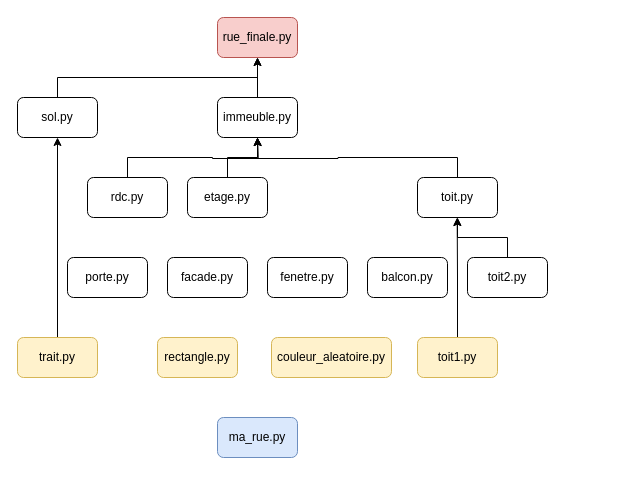
ericECmorlaix/ericECmorlaix.github.io keeps this draw.io diagram as img/dessiner_ma_rue.drawio. Above is the earlier version. Source tidied: cells renumbered, new cells numbered last; positions are measured from the earlier drawing's top-left corner, leaving out a move shared by most shapes. Both pictures are drawn from the tidied source at 100%, with x=0, y=0 at pixel (17, 17).
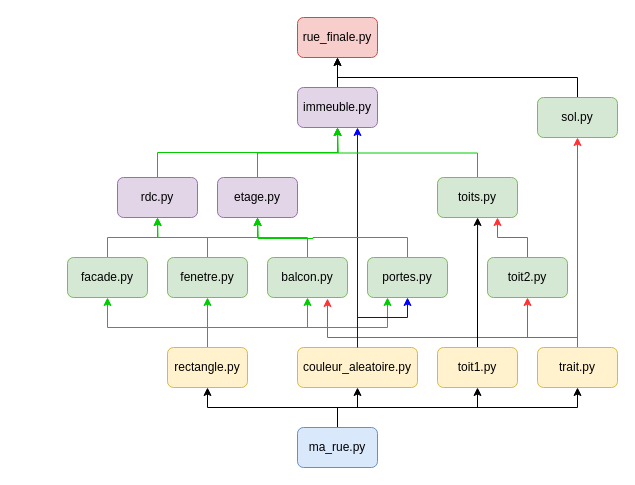
After the change.

The edit, as a diff of the source:
```diff
@@
     <mxCell id="3" value="rue_finale.py" style="rounded=1;whiteSpace=wrap;html=1;fillColor=#f8cecc;strokeColor=#b85450;" parent="1" vertex="1">
-      <mxGeometry x="200" width="80" height="40" as="geometry" />
+      <mxGeometry x="280" width="80" height="40" as="geometry" />
     </mxCell>
-    <mxCell id="4" value="immeuble.py" style="rounded=1;whiteSpace=wrap;html=1;" parent="1" vertex="1">
-      <mxGeometry x="200" y="80" width="80" height="40" as="geometry" />
+    <mxCell id="4" value="immeuble.py" style="rounded=1;whiteSpace=wrap;html=1;fillColor=#e1d5e7;strokeColor=#9673a6;" parent="1" vertex="1">
+      <mxGeometry x="280" y="70" width="80" height="40" as="geometry" />
     </mxCell>
@@
-    <mxCell id="6" value="sol.py" style="rounded=1;whiteSpace=wrap;html=1;" parent="1" vertex="1">
-      <mxGeometry y="80" width="80" height="40" as="geometry" />
+    <mxCell id="6" value="sol.py" style="rounded=1;whiteSpace=wrap;html=1;fillColor=#d5e8d4;strokeColor=#82b366;" parent="1" vertex="1">
+      <mxGeometry x="520" y="80" width="80" height="40" as="geometry" />
     </mxCell>
-    <mxCell id="7" style="edgeStyle=orthogonalEdgeStyle;rounded=0;jettySize=auto;html=1;exitX=0.5;exitY=0;exitDx=0;exitDy=0;startArrow=none;startFill=0;endArrow=classic;endFill=1;" parent="1" edge="1" source="8">
-      <mxGeometry relative="1" as="geometry">
-        <mxPoint x="240" y="120" as="targetPoint" />
-      </mxGeometry>
+    <mxCell id="7" style="edgeStyle=orthogonalEdgeStyle;rounded=0;jettySize=auto;html=1;exitX=0.5;exitY=0;exitDx=0;exitDy=0;startArrow=none;startFill=0;endArrow=classic;endFill=1;entryX=0.5;entryY=1;entryDx=0;entryDy=0;strokeColor=#00CC00;" parent="1" edge="1" source="8" target="4">
+      <mxGeometry relative="1" as="geometry" />
     </mxCell>
-    <mxCell id="8" value="rdc.py" style="rounded=1;whiteSpace=wrap;html=1;" parent="1" vertex="1">
-      <mxGeometry x="70" y="160" width="80" height="40" as="geometry" />
+    <mxCell id="8" value="rdc.py" style="rounded=1;whiteSpace=wrap;html=1;fillColor=#e1d5e7;strokeColor=#9673a6;" parent="1" vertex="1">
+      <mxGeometry x="100" y="160" width="80" height="40" as="geometry" />
     </mxCell>
-    <mxCell id="9" style="edgeStyle=orthogonalEdgeStyle;rounded=0;jettySize=auto;html=1;startArrow=none;startFill=0;endArrow=classic;endFill=1;" parent="1" edge="1" source="10" target="4">
-      <mxGeometry relative="1" as="geometry" />
-    </mxCell>
+    <mxCell id="26" style="edgeStyle=orthogonalEdgeStyle;rounded=0;jettySize=auto;html=1;exitX=0.5;exitY=0;exitDx=0;exitDy=0;startArrow=none;startFill=0;endArrow=classic;endFill=1;strokeColor=#00CC00;" parent="1" edge="1" source="10">
+      <mxGeometry relative="1" as="geometry">
+        <mxPoint x="320" y="110" as="targetPoint" />
+      </mxGeometry>
+    </mxCell>
-    <mxCell id="10" value="etage.py" style="rounded=1;whiteSpace=wrap;html=1;" parent="1" vertex="1">
-      <mxGeometry x="170" y="160" width="80" height="40" as="geometry" />
+    <mxCell id="10" value="etage.py" style="rounded=1;whiteSpace=wrap;html=1;fillColor=#e1d5e7;strokeColor=#9673a6;" parent="1" vertex="1">
+      <mxGeometry x="200" y="160" width="80" height="40" as="geometry" />
     </mxCell>
+    <mxCell id="27" style="edgeStyle=orthogonalEdgeStyle;rounded=0;jettySize=auto;html=1;exitX=0.5;exitY=0;exitDx=0;exitDy=0;entryX=0.75;entryY=1;entryDx=0;entryDy=0;startArrow=none;startFill=0;endArrow=classic;endFill=1;strokeColor=#0000FF;" parent="1" edge="1" source="11" target="4">
+      <mxGeometry relative="1" as="geometry" />
+    </mxCell>
     <mxCell id="11" value="couleur_aleatoire.py" style="rounded=1;whiteSpace=wrap;html=1;fillColor=#fff2cc;strokeColor=#d6b656;" parent="1" vertex="1">
-      <mxGeometry x="254" y="320" width="120" height="40" as="geometry" />
+      <mxGeometry x="280" y="330" width="120" height="40" as="geometry" />
     </mxCell>
-    <mxCell id="12" style="edgeStyle=orthogonalEdgeStyle;rounded=0;jettySize=auto;html=1;exitX=0.5;exitY=0;exitDx=0;exitDy=0;startArrow=none;startFill=0;endArrow=classic;endFill=1;" parent="1" edge="1" source="13">
-      <mxGeometry relative="1" as="geometry">
-        <mxPoint x="240" y="120" as="targetPoint" />
-      </mxGeometry>
-    </mxCell>
+    <mxCell id="28" style="edgeStyle=orthogonalEdgeStyle;rounded=0;jettySize=auto;html=1;exitX=0.5;exitY=0;exitDx=0;exitDy=0;startArrow=none;startFill=0;endArrow=classic;endFill=1;strokeColor=#00CC00;" parent="1" edge="1" source="13">
+      <mxGeometry relative="1" as="geometry">
+        <mxPoint x="320" y="110" as="targetPoint" />
+      </mxGeometry>
+    </mxCell>
-    <mxCell id="13" value="toit.py" style="rounded=1;whiteSpace=wrap;html=1;" parent="1" vertex="1">
-      <mxGeometry x="400" y="160" width="80" height="40" as="geometry" />
+    <mxCell id="13" value="toits.py" style="rounded=1;whiteSpace=wrap;html=1;fillColor=#d5e8d4;strokeColor=#82b366;" parent="1" vertex="1">
+      <mxGeometry x="420" y="160" width="80" height="40" as="geometry" />
     </mxCell>
-    <mxCell id="14" style="edgeStyle=orthogonalEdgeStyle;rounded=0;jettySize=auto;html=1;exitX=0.5;exitY=0;exitDx=0;exitDy=0;entryX=0.5;entryY=1;entryDx=0;entryDy=0;startArrow=none;startFill=0;endArrow=classic;endFill=1;" parent="1" edge="1" source="15" target="6">
+    <mxCell id="14" style="edgeStyle=orthogonalEdgeStyle;rounded=0;jettySize=auto;html=1;exitX=0.5;exitY=0;exitDx=0;exitDy=0;entryX=0.5;entryY=1;entryDx=0;entryDy=0;startArrow=none;startFill=0;endArrow=classic;endFill=1;strokeColor=#FF3333;" parent="1" edge="1" source="15" target="6">
       <mxGeometry relative="1" as="geometry" />
     </mxCell>
+    <mxCell id="29" style="edgeStyle=orthogonalEdgeStyle;rounded=0;jettySize=auto;html=1;exitX=0.5;exitY=0;exitDx=0;exitDy=0;entryX=0.5;entryY=1;entryDx=0;entryDy=0;startArrow=none;startFill=0;endArrow=classic;endFill=1;strokeColor=#FF3333;" parent="1" edge="1" target="19">
+      <mxGeometry relative="1" as="geometry">
+        <mxPoint x="560" y="339" as="sourcePoint" />
+        <Array as="points">
+          <mxPoint x="560" y="320" />
+          <mxPoint x="510" y="320" />
+        </Array>
+      </mxGeometry>
+    </mxCell>
+    <mxCell id="30" style="edgeStyle=orthogonalEdgeStyle;rounded=0;orthogonalLoop=1;jettySize=auto;html=1;exitX=0.5;exitY=0;exitDx=0;exitDy=0;startArrow=none;startFill=0;endArrow=classic;endFill=1;strokeColor=#FF3333;" parent="1" edge="1">
+      <mxGeometry relative="1" as="geometry">
+        <mxPoint x="560" y="340" as="sourcePoint" />
+        <mxPoint x="310" y="281" as="targetPoint" />
+        <Array as="points">
+          <mxPoint x="560" y="320" />
+          <mxPoint x="310" y="320" />
+        </Array>
+      </mxGeometry>
+    </mxCell>
     <mxCell id="15" value="trait.py" style="rounded=1;whiteSpace=wrap;html=1;fillColor=#fff2cc;strokeColor=#d6b656;" parent="1" vertex="1">
-      <mxGeometry y="320" width="80" height="40" as="geometry" />
+      <mxGeometry x="520" y="330" width="80" height="40" as="geometry" />
     </mxCell>
+    <mxCell id="31" style="edgeStyle=orthogonalEdgeStyle;rounded=0;jettySize=auto;html=1;exitX=0.5;exitY=0;exitDx=0;exitDy=0;entryX=0.5;entryY=1;entryDx=0;entryDy=0;startArrow=none;startFill=0;endArrow=classic;endFill=1;strokeColor=#00CC00;" parent="1" edge="1" source="16" target="23">
+      <mxGeometry relative="1" as="geometry">
+        <Array as="points">
+          <mxPoint x="190" y="310" />
+          <mxPoint x="90" y="310" />
+        </Array>
+      </mxGeometry>
+    </mxCell>
+    <mxCell id="32" style="edgeStyle=orthogonalEdgeStyle;rounded=0;jettySize=auto;html=1;exitX=0.5;exitY=0;exitDx=0;exitDy=0;entryX=0.5;entryY=1;entryDx=0;entryDy=0;startArrow=none;startFill=0;endArrow=classic;endFill=1;strokeColor=#00CC00;" parent="1" edge="1" source="16" target="24">
+      <mxGeometry relative="1" as="geometry" />
+    </mxCell>
+    <mxCell id="33" style="edgeStyle=orthogonalEdgeStyle;rounded=0;jettySize=auto;html=1;exitX=0.5;exitY=0;exitDx=0;exitDy=0;entryX=0.5;entryY=1;entryDx=0;entryDy=0;startArrow=none;startFill=0;endArrow=classic;endFill=1;strokeColor=#00CC00;" parent="1" edge="1" source="16" target="25">
+      <mxGeometry relative="1" as="geometry">
+        <Array as="points">
+          <mxPoint x="190" y="310" />
+          <mxPoint x="290" y="310" />
+        </Array>
+      </mxGeometry>
+    </mxCell>
+    <mxCell id="34" style="edgeStyle=orthogonalEdgeStyle;rounded=0;jettySize=auto;html=1;exitX=0.5;exitY=0;exitDx=0;exitDy=0;entryX=0.25;entryY=1;entryDx=0;entryDy=0;startArrow=none;startFill=0;endArrow=classic;endFill=1;strokeColor=#00CC00;" parent="1" edge="1" source="16" target="22">
+      <mxGeometry relative="1" as="geometry">
+        <Array as="points">
+          <mxPoint x="190" y="310" />
+          <mxPoint x="370" y="310" />
+        </Array>
+      </mxGeometry>
+    </mxCell>
     <mxCell id="16" value="rectangle.py" style="rounded=1;whiteSpace=wrap;html=1;fillColor=#fff2cc;strokeColor=#d6b656;" parent="1" vertex="1">
-      <mxGeometry x="140" y="320" width="80" height="40" as="geometry" />
+      <mxGeometry x="150" y="330" width="80" height="40" as="geometry" />
     </mxCell>
+    <mxCell id="35" style="edgeStyle=orthogonalEdgeStyle;rounded=0;jettySize=auto;html=1;exitX=0.5;exitY=0;exitDx=0;exitDy=0;entryX=0.5;entryY=1;entryDx=0;entryDy=0;startArrow=none;startFill=0;endArrow=classic;endFill=1;" parent="1" edge="1" source="17" target="16">
+      <mxGeometry relative="1" as="geometry" />
+    </mxCell>
+    <mxCell id="36" style="edgeStyle=orthogonalEdgeStyle;rounded=0;jettySize=auto;html=1;exitX=0.5;exitY=0;exitDx=0;exitDy=0;entryX=0.5;entryY=1;entryDx=0;entryDy=0;startArrow=none;startFill=0;endArrow=classic;endFill=1;strokeColor=#000000;" parent="1" edge="1" source="17" target="11">
+      <mxGeometry relative="1" as="geometry" />
+    </mxCell>
+    <mxCell id="37" style="edgeStyle=orthogonalEdgeStyle;rounded=0;jettySize=auto;html=1;exitX=0.5;exitY=0;exitDx=0;exitDy=0;entryX=0.5;entryY=1;entryDx=0;entryDy=0;startArrow=none;startFill=0;endArrow=classic;endFill=1;strokeColor=#000000;" parent="1" edge="1" source="17" target="21">
+      <mxGeometry relative="1" as="geometry" />
+    </mxCell>
+    <mxCell id="38" style="edgeStyle=orthogonalEdgeStyle;rounded=0;jettySize=auto;html=1;exitX=0.5;exitY=0;exitDx=0;exitDy=0;startArrow=none;startFill=0;endArrow=classic;endFill=1;strokeColor=#000000;" parent="1" edge="1" source="17" target="15">
+      <mxGeometry relative="1" as="geometry" />
+    </mxCell>
     <mxCell id="17" value="ma_rue.py" style="rounded=1;whiteSpace=wrap;html=1;fillColor=#dae8fc;strokeColor=#6c8ebf;" parent="1" vertex="1">
-      <mxGeometry x="200" y="400" width="80" height="40" as="geometry" />
+      <mxGeometry x="280" y="410" width="80" height="40" as="geometry" />
     </mxCell>
-    <mxCell id="18" style="edgeStyle=orthogonalEdgeStyle;rounded=0;jettySize=auto;html=1;exitX=0.5;exitY=0;exitDx=0;exitDy=0;entryX=0.5;entryY=1;entryDx=0;entryDy=0;startArrow=none;startFill=0;endArrow=classic;endFill=1;" parent="1" edge="1" source="19" target="13">
+    <mxCell id="18" style="edgeStyle=orthogonalEdgeStyle;rounded=0;jettySize=auto;html=1;exitX=0.5;exitY=0;exitDx=0;exitDy=0;entryX=0.75;entryY=1;entryDx=0;entryDy=0;startArrow=none;startFill=0;endArrow=classic;endFill=1;strokeColor=#FF3333;" parent="1" edge="1" source="19" target="13">
       <mxGeometry relative="1" as="geometry" />
     </mxCell>
-    <mxCell id="19" value="toit2.py" style="rounded=1;whiteSpace=wrap;html=1;" parent="1" vertex="1">
-      <mxGeometry x="450" y="240" width="80" height="40" as="geometry" />
+    <mxCell id="19" value="toit2.py" style="rounded=1;whiteSpace=wrap;html=1;fillColor=#d5e8d4;strokeColor=#82b366;" parent="1" vertex="1">
+      <mxGeometry x="470" y="240" width="80" height="40" as="geometry" />
     </mxCell>
-    <mxCell id="20" style="edgeStyle=orthogonalEdgeStyle;rounded=0;jettySize=auto;html=1;exitX=0.5;exitY=0;exitDx=0;exitDy=0;startArrow=none;startFill=0;endArrow=classic;endFill=1;" parent="1" edge="1" source="21">
-      <mxGeometry relative="1" as="geometry">
-        <mxPoint x="439.7" y="200" as="targetPoint" />
-      </mxGeometry>
-    </mxCell>
+    <mxCell id="39" style="edgeStyle=orthogonalEdgeStyle;rounded=0;jettySize=auto;html=1;exitX=0.5;exitY=0;exitDx=0;exitDy=0;" parent="1" edge="1" source="21">
+      <mxGeometry relative="1" as="geometry">
+        <mxPoint x="460.1" y="200" as="targetPoint" />
+      </mxGeometry>
+    </mxCell>
     <mxCell id="21" value="toit1.py" style="rounded=1;whiteSpace=wrap;html=1;fillColor=#fff2cc;strokeColor=#d6b656;" parent="1" vertex="1">
-      <mxGeometry x="400" y="320" width="80" height="40" as="geometry" />
+      <mxGeometry x="420" y="330" width="80" height="40" as="geometry" />
     </mxCell>
+    <mxCell id="40" style="edgeStyle=orthogonalEdgeStyle;rounded=0;jettySize=auto;html=1;exitX=0.5;exitY=1;exitDx=0;exitDy=0;entryX=0.5;entryY=0;entryDx=0;entryDy=0;startArrow=classic;startFill=1;endArrow=none;endFill=0;strokeColor=#0000FF;" parent="1" edge="1" source="22" target="11">
+      <mxGeometry relative="1" as="geometry">
+        <Array as="points">
+          <mxPoint x="390" y="300" />
+          <mxPoint x="340" y="300" />
+        </Array>
+      </mxGeometry>
+    </mxCell>
+    <mxCell id="41" style="edgeStyle=orthogonalEdgeStyle;rounded=0;jettySize=auto;html=1;exitX=0.5;exitY=0;exitDx=0;exitDy=0;startArrow=none;startFill=0;endArrow=classic;endFill=1;strokeColor=#00CC00;" parent="1" edge="1" source="22">
+      <mxGeometry relative="1" as="geometry">
+        <mxPoint x="240" y="200" as="targetPoint" />
+      </mxGeometry>
+    </mxCell>
-    <mxCell id="22" value="porte.py" style="rounded=1;whiteSpace=wrap;html=1;" parent="1" vertex="1">
-      <mxGeometry x="50" y="240" width="80" height="40" as="geometry" />
+    <mxCell id="22" value="portes.py" style="rounded=1;whiteSpace=wrap;html=1;fillColor=#d5e8d4;strokeColor=#82b366;" parent="1" vertex="1">
+      <mxGeometry x="350" y="240" width="80" height="40" as="geometry" />
     </mxCell>
+    <mxCell id="42" style="edgeStyle=orthogonalEdgeStyle;rounded=0;jettySize=auto;html=1;exitX=0.5;exitY=1;exitDx=0;exitDy=0;entryX=0.5;entryY=1;entryDx=0;entryDy=0;startArrow=none;startFill=0;endArrow=classic;endFill=1;strokeColor=#00CC00;" parent="1" edge="1" source="10" target="8">
+      <mxGeometry relative="1" as="geometry" />
+    </mxCell>
+    <mxCell id="43" style="edgeStyle=orthogonalEdgeStyle;rounded=0;jettySize=auto;html=1;exitX=0.5;exitY=0;exitDx=0;exitDy=0;startArrow=none;startFill=0;endArrow=classic;endFill=1;strokeColor=#00CC00;" parent="1" edge="1" source="23">
+      <mxGeometry relative="1" as="geometry">
+        <mxPoint x="140" y="200" as="targetPoint" />
+      </mxGeometry>
+    </mxCell>
-    <mxCell id="23" value="facade.py" style="rounded=1;whiteSpace=wrap;html=1;" parent="1" vertex="1">
-      <mxGeometry x="150" y="240" width="80" height="40" as="geometry" />
+    <mxCell id="23" value="facade.py" style="rounded=1;whiteSpace=wrap;html=1;fillColor=#d5e8d4;strokeColor=#82b366;" parent="1" vertex="1">
+      <mxGeometry x="50" y="240" width="80" height="40" as="geometry" />
     </mxCell>
+    <mxCell id="44" style="edgeStyle=orthogonalEdgeStyle;rounded=0;jettySize=auto;html=1;exitX=0.5;exitY=0;exitDx=0;exitDy=0;entryX=0.5;entryY=1;entryDx=0;entryDy=0;startArrow=none;startFill=0;endArrow=classic;endFill=1;strokeColor=#00CC00;" parent="1" edge="1" source="24" target="10">
+      <mxGeometry relative="1" as="geometry" />
+    </mxCell>
-    <mxCell id="24" value="fenetre.py" style="rounded=1;whiteSpace=wrap;html=1;" parent="1" vertex="1">
-      <mxGeometry x="250" y="240" width="80" height="40" as="geometry" />
+    <mxCell id="24" value="fenetre.py" style="rounded=1;whiteSpace=wrap;html=1;fillColor=#d5e8d4;strokeColor=#82b366;" parent="1" vertex="1">
+      <mxGeometry x="150" y="240" width="80" height="40" as="geometry" />
     </mxCell>
+    <mxCell id="45" style="edgeStyle=orthogonalEdgeStyle;rounded=0;jettySize=auto;html=1;exitX=0.5;exitY=0;exitDx=0;exitDy=0;startArrow=none;startFill=0;endArrow=classic;endFill=1;strokeColor=#00CC00;" parent="1" edge="1" source="25">
+      <mxGeometry relative="1" as="geometry">
+        <mxPoint x="240" y="200" as="targetPoint" />
+      </mxGeometry>
+    </mxCell>
-    <mxCell id="25" value="balcon.py" style="rounded=1;whiteSpace=wrap;html=1;" parent="1" vertex="1">
-      <mxGeometry x="350" y="240" width="80" height="40" as="geometry" />
+    <mxCell id="25" value="balcon.py" style="rounded=1;whiteSpace=wrap;html=1;fillColor=#d5e8d4;strokeColor=#82b366;" parent="1" vertex="1">
+      <mxGeometry x="250" y="240" width="80" height="40" as="geometry" />
     </mxCell>
```
